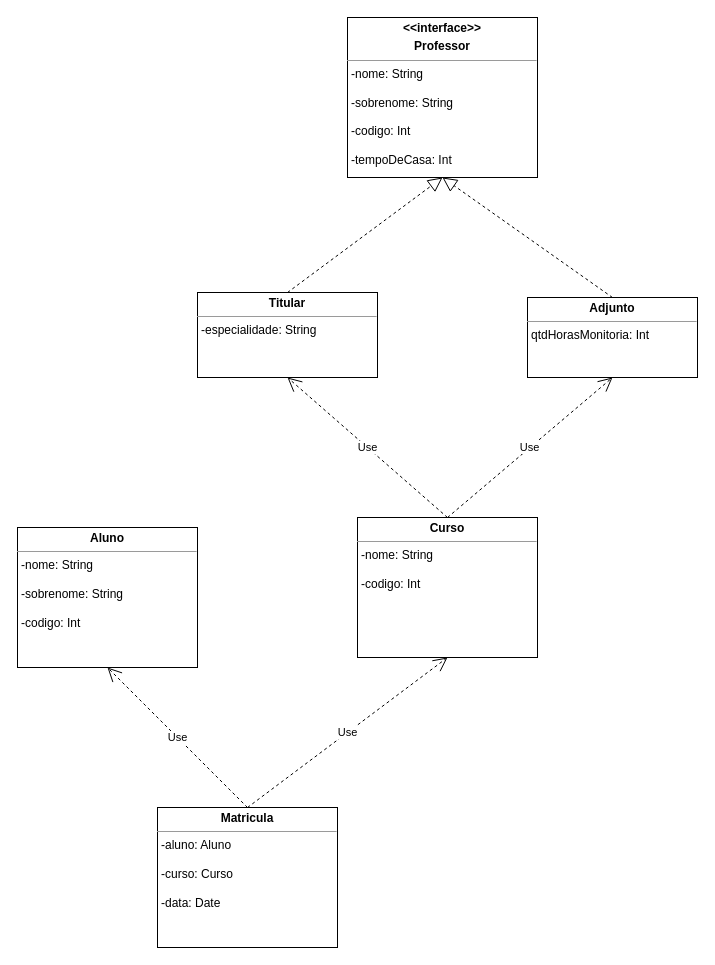
Above: ParteF.drawio in MatheusHudson/Desafio (draw.io), before the change. Source tidied: cells renumbered, new cells numbered last; positions are measured from the earlier drawing's top-left corner, leaving out a move shared by most shapes. Both pictures are drawn from the tidied source at 100%, with x=0, y=0 at pixel (17, 17).
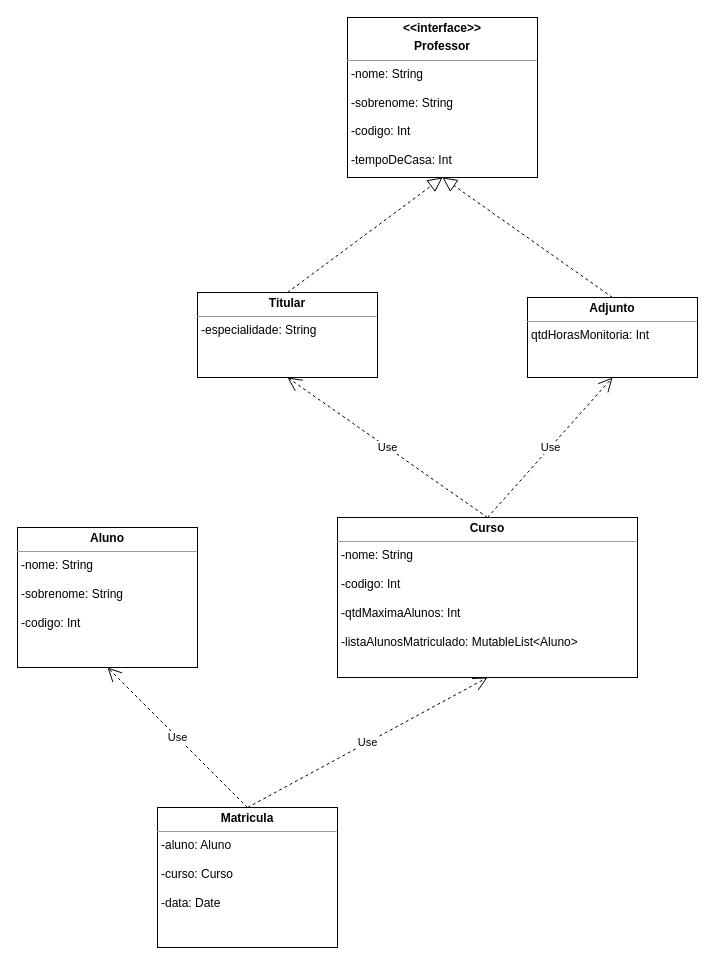
After the change.

The edit, as a diff of the source:
```diff
@@
 <mxGraphModel>
   <root>
     <mxCell id="0" />
     <mxCell id="1" parent="0" />
     <mxCell id="2" value="&lt;p style=&quot;margin: 0px ; margin-top: 4px ; text-align: center&quot;&gt;&lt;b&gt;Aluno&lt;/b&gt;&lt;/p&gt;&lt;hr size=&quot;1&quot;&gt;&lt;p style=&quot;margin: 0px ; margin-left: 4px&quot;&gt;-nome: String&lt;/p&gt;&lt;p style=&quot;margin: 0px ; margin-left: 4px&quot;&gt;&lt;br&gt;&lt;/p&gt;&lt;p style=&quot;margin: 0px ; margin-left: 4px&quot;&gt;-sobrenome: String&lt;/p&gt;&lt;p style=&quot;margin: 0px ; margin-left: 4px&quot;&gt;&lt;br&gt;&lt;/p&gt;&lt;p style=&quot;margin: 0px ; margin-left: 4px&quot;&gt;-codigo: Int&lt;/p&gt;&lt;p style=&quot;margin: 0px ; margin-left: 4px&quot;&gt;&lt;br&gt;&lt;/p&gt;&lt;p style=&quot;margin: 0px ; margin-left: 4px&quot;&gt;&lt;br&gt;&lt;/p&gt;" style="verticalAlign=top;align=left;overflow=fill;fontSize=12;fontFamily=Helvetica;html=1;" parent="1" vertex="1">
       <mxGeometry y="510" width="180" height="140" as="geometry" />
     </mxCell>
-    <mxCell id="3" value="&lt;p style=&quot;margin: 0px ; margin-top: 4px ; text-align: center&quot;&gt;&lt;b&gt;Curso&lt;/b&gt;&lt;/p&gt;&lt;hr size=&quot;1&quot;&gt;&lt;p style=&quot;margin: 0px ; margin-left: 4px&quot;&gt;-nome: String&lt;/p&gt;&lt;p style=&quot;margin: 0px ; margin-left: 4px&quot;&gt;&lt;br&gt;&lt;/p&gt;&lt;p style=&quot;margin: 0px ; margin-left: 4px&quot;&gt;-codigo: Int&lt;/p&gt;&lt;p style=&quot;margin: 0px ; margin-left: 4px&quot;&gt;&lt;br&gt;&lt;/p&gt;&lt;p style=&quot;margin: 0px ; margin-left: 4px&quot;&gt;&lt;br&gt;&lt;/p&gt;&lt;p style=&quot;margin: 0px ; margin-left: 4px&quot;&gt;&lt;br&gt;&lt;/p&gt;&lt;p style=&quot;margin: 0px ; margin-left: 4px&quot;&gt;&lt;br&gt;&lt;/p&gt;" style="verticalAlign=top;align=left;overflow=fill;fontSize=12;fontFamily=Helvetica;html=1;" parent="1" vertex="1">
-      <mxGeometry x="340" y="500" width="180" height="140" as="geometry" />
+    <mxCell id="3" value="&lt;p style=&quot;margin: 0px ; margin-top: 4px ; text-align: center&quot;&gt;&lt;b&gt;Curso&lt;/b&gt;&lt;/p&gt;&lt;hr size=&quot;1&quot;&gt;&lt;p style=&quot;margin: 0px ; margin-left: 4px&quot;&gt;-nome: String&lt;/p&gt;&lt;p style=&quot;margin: 0px ; margin-left: 4px&quot;&gt;&lt;br&gt;&lt;/p&gt;&lt;p style=&quot;margin: 0px ; margin-left: 4px&quot;&gt;-codigo: Int&lt;/p&gt;&lt;p style=&quot;margin: 0px ; margin-left: 4px&quot;&gt;&lt;br&gt;&lt;/p&gt;&lt;p style=&quot;margin: 0px ; margin-left: 4px&quot;&gt;-qtdMaximaAlunos: Int&lt;/p&gt;&lt;p style=&quot;margin: 0px ; margin-left: 4px&quot;&gt;&lt;br&gt;&lt;/p&gt;&lt;p style=&quot;margin: 0px ; margin-left: 4px&quot;&gt;-listaAlunosMatriculado: MutableList&amp;lt;Aluno&amp;gt;&lt;/p&gt;&lt;p style=&quot;margin: 0px ; margin-left: 4px&quot;&gt;&lt;br&gt;&lt;/p&gt;&lt;p style=&quot;margin: 0px ; margin-left: 4px&quot;&gt;&lt;br&gt;&lt;/p&gt;&lt;p style=&quot;margin: 0px ; margin-left: 4px&quot;&gt;&lt;br&gt;&lt;/p&gt;&lt;p style=&quot;margin: 0px ; margin-left: 4px&quot;&gt;&lt;br&gt;&lt;/p&gt;" style="verticalAlign=top;align=left;overflow=fill;fontSize=12;fontFamily=Helvetica;html=1;" parent="1" vertex="1">
+      <mxGeometry x="320" y="500" width="300" height="160" as="geometry" />
     </mxCell>
     <mxCell id="4" value="&lt;p style=&quot;margin: 0px ; margin-top: 4px ; text-align: center&quot;&gt;&lt;b&gt;&amp;lt;&amp;lt;interface&amp;gt;&amp;gt;&lt;/b&gt;&lt;/p&gt;&lt;p style=&quot;margin: 0px ; margin-top: 4px ; text-align: center&quot;&gt;&lt;b&gt;Professor&lt;/b&gt;&lt;/p&gt;&lt;hr size=&quot;1&quot;&gt;&lt;p style=&quot;margin: 0px ; margin-left: 4px&quot;&gt;-nome: String&lt;/p&gt;&lt;p style=&quot;margin: 0px ; margin-left: 4px&quot;&gt;&lt;br&gt;&lt;/p&gt;&lt;p style=&quot;margin: 0px ; margin-left: 4px&quot;&gt;-sobrenome: String&lt;/p&gt;&lt;p style=&quot;margin: 0px ; margin-left: 4px&quot;&gt;&lt;br&gt;&lt;/p&gt;&lt;p style=&quot;margin: 0px ; margin-left: 4px&quot;&gt;-codigo: Int&lt;/p&gt;&lt;p style=&quot;margin: 0px ; margin-left: 4px&quot;&gt;&lt;br&gt;&lt;/p&gt;&lt;p style=&quot;margin: 0px ; margin-left: 4px&quot;&gt;-tempoDeCasa: Int&lt;/p&gt;&lt;p style=&quot;margin: 0px ; margin-left: 4px&quot;&gt;&lt;br&gt;&lt;/p&gt;&lt;p style=&quot;margin: 0px ; margin-left: 4px&quot;&gt;&lt;br&gt;&lt;/p&gt;" style="verticalAlign=top;align=left;overflow=fill;fontSize=12;fontFamily=Helvetica;html=1;" parent="1" vertex="1">
       <mxGeometry x="330" width="190" height="160" as="geometry" />
     </mxCell>
     <mxCell id="5" value="&lt;p style=&quot;margin: 0px ; margin-top: 4px ; text-align: center&quot;&gt;&lt;b&gt;Titular&lt;/b&gt;&lt;br&gt;&lt;/p&gt;&lt;hr size=&quot;1&quot;&gt;&lt;p style=&quot;margin: 0px ; margin-left: 4px&quot;&gt;-especialidade: String&lt;/p&gt;&lt;p style=&quot;margin: 0px ; margin-left: 4px&quot;&gt;&lt;br&gt;&lt;/p&gt;" style="verticalAlign=top;align=left;overflow=fill;fontSize=12;fontFamily=Helvetica;html=1;" parent="1" vertex="1">
       <mxGeometry x="180" y="275" width="180" height="85" as="geometry" />
     </mxCell>
     <mxCell id="6" style="endArrow=block;dashed=1;endFill=0;endSize=12;html=1;entryX=0.5;entryY=1;entryDx=0;entryDy=0;exitX=0.5;exitY=0;exitDx=0;exitDy=0;" parent="1" edge="1" source="5" target="4">
       <mxGeometry relative="1" as="geometry" />
     </mxCell>
     <mxCell id="7" value="&lt;p style=&quot;margin: 0px ; margin-top: 4px ; text-align: center&quot;&gt;&lt;b&gt;Adjunto&lt;/b&gt;&lt;br&gt;&lt;/p&gt;&lt;hr size=&quot;1&quot;&gt;&lt;p style=&quot;margin: 0px ; margin-left: 4px&quot;&gt;qtdHorasMonitoria: Int&lt;/p&gt;&lt;p style=&quot;margin: 0px ; margin-left: 4px&quot;&gt;&lt;br&gt;&lt;/p&gt;&lt;p style=&quot;margin: 0px ; margin-left: 4px&quot;&gt;&lt;br&gt;&lt;/p&gt;" style="verticalAlign=top;align=left;overflow=fill;fontSize=12;fontFamily=Helvetica;html=1;" parent="1" vertex="1">
       <mxGeometry x="510" y="280" width="170" height="80" as="geometry" />
     </mxCell>
     <mxCell id="8" style="endArrow=block;dashed=1;endFill=0;endSize=12;html=1;entryX=0.5;entryY=1;entryDx=0;entryDy=0;exitX=0.5;exitY=0;exitDx=0;exitDy=0;" parent="1" edge="1" source="7" target="4">
       <mxGeometry relative="1" as="geometry" />
     </mxCell>
     <mxCell id="9" value="Use" style="endArrow=open;endSize=12;dashed=1;html=1;exitX=0.5;exitY=0;exitDx=0;exitDy=0;entryX=0.5;entryY=1;entryDx=0;entryDy=0;" parent="1" edge="1" source="3" target="5">
       <mxGeometry relative="1" as="geometry" />
     </mxCell>
     <mxCell id="10" value="Use" style="endArrow=open;endSize=12;dashed=1;html=1;entryX=0.5;entryY=1;entryDx=0;entryDy=0;exitX=0.5;exitY=0;exitDx=0;exitDy=0;" parent="1" edge="1" source="3" target="7">
       <mxGeometry relative="1" as="geometry" />
     </mxCell>
     <mxCell id="11" value="&lt;p style=&quot;margin: 0px ; margin-top: 4px ; text-align: center&quot;&gt;&lt;b&gt;Matricula&lt;/b&gt;&lt;/p&gt;&lt;hr size=&quot;1&quot;&gt;&lt;p style=&quot;margin: 0px ; margin-left: 4px&quot;&gt;-aluno: Aluno&lt;/p&gt;&lt;p style=&quot;margin: 0px ; margin-left: 4px&quot;&gt;&lt;br&gt;&lt;/p&gt;&lt;p style=&quot;margin: 0px ; margin-left: 4px&quot;&gt;-curso: Curso&lt;/p&gt;&lt;p style=&quot;margin: 0px ; margin-left: 4px&quot;&gt;&lt;br&gt;&lt;/p&gt;&lt;p style=&quot;margin: 0px ; margin-left: 4px&quot;&gt;-data: Date&lt;/p&gt;&lt;p style=&quot;margin: 0px ; margin-left: 4px&quot;&gt;&lt;br&gt;&lt;/p&gt;&lt;p style=&quot;margin: 0px ; margin-left: 4px&quot;&gt;&lt;br&gt;&lt;/p&gt;" style="verticalAlign=top;align=left;overflow=fill;fontSize=12;fontFamily=Helvetica;html=1;" parent="1" vertex="1">
       <mxGeometry x="140" y="790" width="180" height="140" as="geometry" />
     </mxCell>
     <mxCell id="12" value="Use" style="endArrow=open;endSize=12;dashed=1;html=1;entryX=0.5;entryY=1;entryDx=0;entryDy=0;exitX=0.5;exitY=0;exitDx=0;exitDy=0;" parent="1" edge="1" source="11" target="2">
       <mxGeometry relative="1" as="geometry" />
     </mxCell>
     <mxCell id="13" value="Use" style="endArrow=open;endSize=12;dashed=1;html=1;entryX=0.5;entryY=1;entryDx=0;entryDy=0;exitX=0.5;exitY=0;exitDx=0;exitDy=0;" parent="1" edge="1" source="11" target="3">
       <mxGeometry relative="1" as="geometry" />
     </mxCell>
   </root>
 </mxGraphModel>
```
